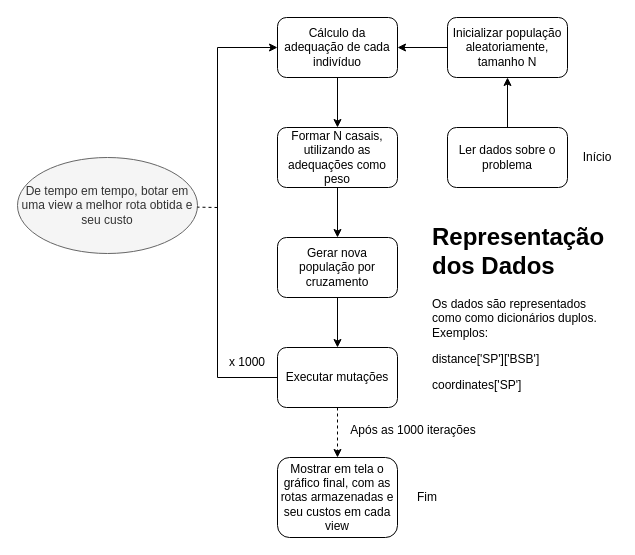
The draw.io diagram concept_model.drawio in guiMendel/traveling_salesman_genetic_algorithm, before the edit. Source tidied: cells renumbered, new cells numbered last; positions are measured from the earlier drawing's top-left corner, leaving out a move shared by most shapes. Both pictures are drawn from the tidied source at 100%, with x=0, y=0 at pixel (17, 17).
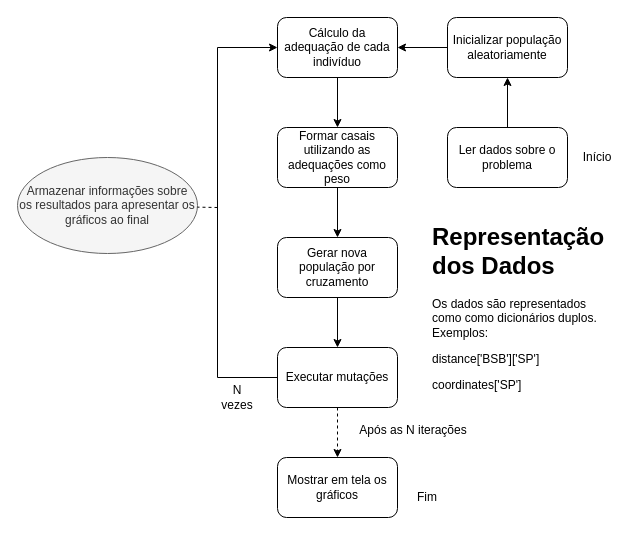
The same page after the edit.

Commit message:
Atualiza o modelo conceitual

What changed in the source:
```diff
@@
-    <mxCell id="3" value="Inicializar população aleatoriamente, tamanho N" style="rounded=1;whiteSpace=wrap;html=1;" parent="1" vertex="1">
+    <mxCell id="3" value="Inicializar população aleatoriamente" style="rounded=1;whiteSpace=wrap;html=1;" parent="1" vertex="1">
       <mxGeometry x="430" width="120" height="60" as="geometry" />
     </mxCell>
@@
-    <mxCell id="7" value="Formar N casais, utilizando as adequações como peso" style="rounded=1;whiteSpace=wrap;html=1;" parent="1" vertex="1">
+    <mxCell id="7" value="Formar casais utilizando as adequações como peso" style="rounded=1;whiteSpace=wrap;html=1;" parent="1" vertex="1">
       <mxGeometry x="260" y="110" width="120" height="60" as="geometry" />
     </mxCell>
@@
-    <mxCell id="13" value="x 1000" style="text;html=1;strokeColor=none;fillColor=none;align=center;verticalAlign=middle;whiteSpace=wrap;rounded=0;" parent="1" vertex="1">
-      <mxGeometry x="210" y="335" width="40" height="20" as="geometry" />
+    <mxCell id="13" value="N vezes" style="text;html=1;strokeColor=none;fillColor=none;align=center;verticalAlign=middle;whiteSpace=wrap;rounded=0;" parent="1" vertex="1">
+      <mxGeometry x="200" y="370" width="40" height="20" as="geometry" />
     </mxCell>
@@
-    <mxCell id="16" value="Mostrar em tela o gráfico final, com as rotas armazenadas e seu custos em cada view" style="rounded=1;whiteSpace=wrap;html=1;" parent="1" vertex="1">
-      <mxGeometry x="260" y="440" width="120" height="80" as="geometry" />
+    <mxCell id="16" value="Mostrar em tela os gráficos" style="rounded=1;whiteSpace=wrap;html=1;" parent="1" vertex="1">
+      <mxGeometry x="260" y="440" width="120" height="60" as="geometry" />
     </mxCell>
-    <mxCell id="17" value="Após as 1000 iterações" style="text;html=1;strokeColor=none;fillColor=none;align=center;verticalAlign=middle;whiteSpace=wrap;rounded=0;" parent="1" vertex="1">
+    <mxCell id="17" value="Após as N iterações" style="text;html=1;strokeColor=none;fillColor=none;align=center;verticalAlign=middle;whiteSpace=wrap;rounded=0;" parent="1" vertex="1">
       <mxGeometry x="331" y="403" width="130" height="20" as="geometry" />
     </mxCell>
-    <mxCell id="18" value="De tempo em tempo, botar em uma view a melhor rota obtida e seu custo" style="ellipse;whiteSpace=wrap;html=1;fillColor=#f5f5f5;strokeColor=#666666;fontColor=#333333;" parent="1" vertex="1">
+    <mxCell id="18" value="Armazenar informações sobre&lt;br&gt;os resultados para apresentar os gráficos ao final" style="ellipse;whiteSpace=wrap;html=1;fillColor=#f5f5f5;strokeColor=#666666;fontColor=#333333;" parent="1" vertex="1">
       <mxGeometry y="140" width="180" height="96" as="geometry" />
     </mxCell>
@@
-    <mxCell id="22" value="&lt;h1&gt;Representação dos Dados&lt;/h1&gt;&lt;p&gt;Os dados são representados como como dicionários duplos. Exemplos:&lt;/p&gt;&lt;p&gt;distance['SP']['BSB']&lt;/p&gt;&lt;p&gt;coordinates['SP']&lt;/p&gt;&lt;p&gt;&lt;br&gt;&lt;/p&gt;" style="text;html=1;strokeColor=none;fillColor=none;spacing=5;spacingTop=-20;whiteSpace=wrap;overflow=hidden;rounded=0;" parent="1" vertex="1">
+    <mxCell id="22" value="&lt;h1&gt;Representação dos Dados&lt;/h1&gt;&lt;p&gt;Os dados são representados como como dicionários duplos. Exemplos:&lt;/p&gt;&lt;p&gt;distance['BSB']['SP']&lt;/p&gt;&lt;p&gt;coordinates['SP']&lt;/p&gt;&lt;p&gt;&lt;br&gt;&lt;/p&gt;" style="text;html=1;strokeColor=none;fillColor=none;spacing=5;spacingTop=-20;whiteSpace=wrap;overflow=hidden;rounded=0;" parent="1" vertex="1">
       <mxGeometry x="410" y="200" width="190" height="190" as="geometry" />
     </mxCell>
```
